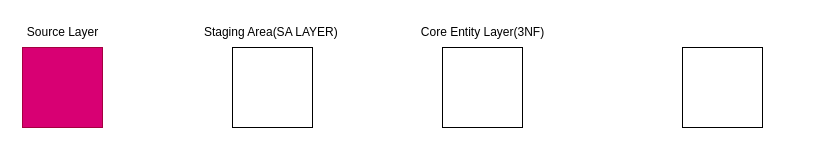
Earlier version of the draw.io diagram Task8.drawio (SergejusSG/git-demo1). Source tidied: cells renumbered, new cells numbered last; positions are measured from the earlier drawing's top-left corner, leaving out a move shared by most shapes. Both pictures are drawn from the tidied source at 100%, with x=0, y=0 at pixel (17, 17).
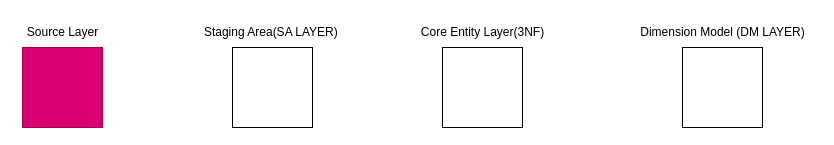
The same page after the edit.

The edit, as a diff of the source:
```diff
@@
 <mxGraphModel>
   <root>
     <mxCell id="0" />
     <mxCell id="1" parent="0" />
     <mxCell id="2" style="whiteSpace=wrap;html=1;fillColor=light-dark(#D80073,#F0FF22);fontColor=#ffffff;strokeColor=#A50040;" parent="1" vertex="1">
       <mxGeometry x="5" y="30" width="80" height="80" as="geometry" />
     </mxCell>
     <mxCell id="3" style="whiteSpace=wrap;html=1;fillColor=light-dark(#FFFFFF,#2810FF);" parent="1" vertex="1">
       <mxGeometry x="215" y="30" width="80" height="80" as="geometry" />
     </mxCell>
     <mxCell id="4" style="whiteSpace=wrap;html=1;fillColor=light-dark(#FFFFFF,#24FF3A);" parent="1" vertex="1">
       <mxGeometry x="425" y="30" width="80" height="80" as="geometry" />
     </mxCell>
     <mxCell id="5" style="whiteSpace=wrap;html=1;fillColor=light-dark(#FFFFFF,#7F00FF);" parent="1" vertex="1">
       <mxGeometry x="665" y="30" width="80" height="80" as="geometry" />
     </mxCell>
     <mxCell id="6" value="Source Layer" style="text;html=1;align=center;verticalAlign=middle;strokeColor=none;fillColor=none;" parent="1" vertex="1">
       <mxGeometry width="90" height="30" as="geometry" />
     </mxCell>
     <mxCell id="7" value="Staging Area(SA LAYER)&amp;nbsp;" style="text;html=1;align=center;verticalAlign=middle;strokeColor=none;fillColor=none;" parent="1" vertex="1">
       <mxGeometry x="175" width="160" height="30" as="geometry" />
     </mxCell>
     <mxCell id="8" value="Core Entity Layer(3NF)" style="text;html=1;align=center;verticalAlign=middle;strokeColor=none;fillColor=none;" parent="1" vertex="1">
       <mxGeometry x="390" width="150" height="30" as="geometry" />
     </mxCell>
+    <mxCell id="9" value="Dimension Model (DM LAYER)" style="text;html=1;align=center;verticalAlign=middle;strokeColor=none;fillColor=none;" parent="1" vertex="1">
+      <mxGeometry x="610" width="190" height="30" as="geometry" />
+    </mxCell>
   </root>
 </mxGraphModel>
```
